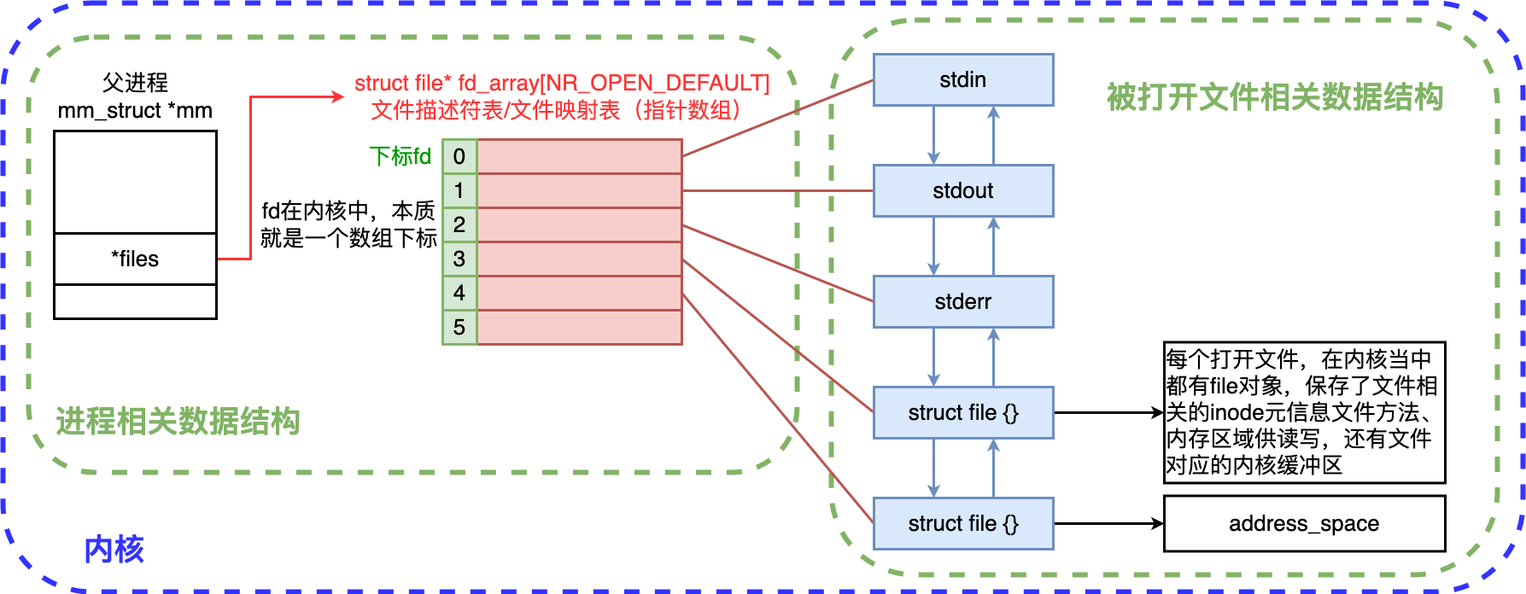
Earlier version of the draw.io export CS/操作系统/系统编程/fd本质.drawio.png (superwjfeng/MarkdownWriting). Source tidied: cells renumbered, new cells last; positions are measured from the earlier drawing's top-left corner, leaving out a move shared by most shapes.
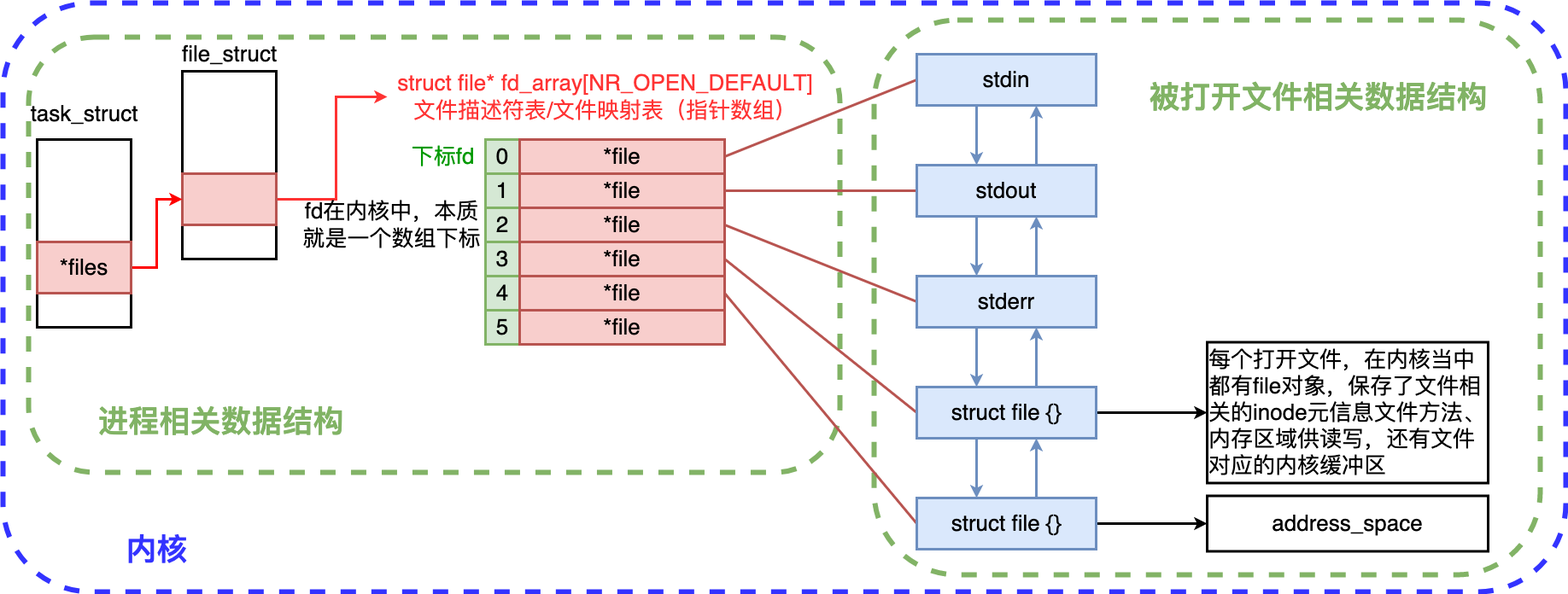
Above is the later version.

What changed in the source:
```diff
@@ -3,67 +3,55 @@
     <mxCell id="0" />
     <mxCell id="1" parent="0" />
     <mxCell id="2" style="rounded=1;whiteSpace=wrap;html=1;fillColor=default;strokeWidth=6;strokeColor=#3333FF;dashed=1;" parent="1" vertex="1">
-      <mxGeometry width="1780" height="690" as="geometry" />
+      <mxGeometry x="-50" width="1830" height="690" as="geometry" />
     </mxCell>
     <mxCell id="3" style="rounded=1;whiteSpace=wrap;html=1;fillColor=default;strokeWidth=6;strokeColor=#82b366;dashed=1;" parent="1" vertex="1">
       <mxGeometry x="970" y="20" width="780" height="650" as="geometry" />
     </mxCell>
     <mxCell id="4" style="rounded=1;whiteSpace=wrap;html=1;fillColor=default;strokeWidth=6;strokeColor=#82b366;dashed=1;" parent="1" vertex="1">
-      <mxGeometry x="30" y="40" width="900" height="510" as="geometry" />
+      <mxGeometry x="-20" y="40" width="950" height="510" as="geometry" />
     </mxCell>
     <mxCell id="5" style="rounded=0;whiteSpace=wrap;html=1;strokeWidth=3;" parent="1" vertex="1">
-      <mxGeometry x="60" y="150" width="190" height="220" as="geometry" />
+      <mxGeometry x="160" y="80" width="110" height="220" as="geometry" />
     </mxCell>
     <mxCell id="6" style="edgeStyle=orthogonalEdgeStyle;rounded=0;jettySize=auto;html=1;strokeWidth=3;strokeColor=#FF3333;" parent="1" edge="1" source="7" target="13">
       <mxGeometry relative="1" as="geometry">
         <Array as="points">
-          <mxPoint x="290" y="300" />
-          <mxPoint x="290" y="110" />
+          <mxPoint x="340" y="230" />
+          <mxPoint x="340" y="110" />
         </Array>
       </mxGeometry>
     </mxCell>
-    <mxCell id="7" value="&lt;font style=&quot;font-size: 26px;&quot;&gt;*files&lt;/font&gt;" style="rounded=0;whiteSpace=wrap;html=1;strokeWidth=3;" parent="1" vertex="1">
-      <mxGeometry x="60" y="270" width="190" height="60" as="geometry" />
+    <mxCell id="7" style="rounded=0;whiteSpace=wrap;html=1;strokeWidth=3;fillColor=#f8cecc;strokeColor=#b85450;" parent="1" vertex="1">
+      <mxGeometry x="160" y="200" width="110" height="60" as="geometry" />
     </mxCell>
-    <mxCell id="8" value="&lt;font style=&quot;font-size: 26px;&quot;&gt;父进程&lt;br&gt;mm_struct *mm&lt;/font&gt;" style="text;html=1;align=center;verticalAlign=middle;strokeColor=none;fillColor=none;" parent="1" vertex="1">
-      <mxGeometry x="50" y="70" width="210" height="80" as="geometry" />
+    <mxCell id="8" value="&lt;font style=&quot;font-size: 26px;&quot;&gt;file_struct&lt;br&gt;&lt;/font&gt;" style="text;html=1;align=center;verticalAlign=middle;strokeColor=none;fillColor=none;" parent="1" vertex="1">
+      <mxGeometry x="150" y="40" width="130" height="40" as="geometry" />
     </mxCell>
     <mxCell id="9" style="rounded=0;jettySize=auto;html=1;strokeWidth=3;fillColor=#f8cecc;strokeColor=#b85450;exitX=1;exitY=0.5;exitDx=0;exitDy=0;entryX=0;entryY=0.5;entryDx=0;entryDy=0;endArrow=none;endFill=0;" parent="1" edge="1" source="10" target="30">
       <mxGeometry relative="1" as="geometry" />
     </mxCell>
-    <mxCell id="10" style="rounded=0;whiteSpace=wrap;html=1;fillColor=#f8cecc;strokeColor=#b85450;strokeWidth=3;" parent="1" vertex="1">
-      <mxGeometry x="555" y="160" width="240" height="40" as="geometry" />
-    </mxCell>
-    <mxCell id="11" style="rounded=0;jettySize=auto;html=1;entryX=0;entryY=0.5;entryDx=0;entryDy=0;strokeWidth=3;fillColor=#f8cecc;strokeColor=#b85450;exitX=1;exitY=0.5;exitDx=0;exitDy=0;endArrow=none;endFill=0;" parent="1" edge="1" source="12" target="33">
-      <mxGeometry relative="1" as="geometry" />
+    <mxCell id="11" style="rounded=0;jettySize=auto;html=1;entryX=0;entryY=0.5;entryDx=0;entryDy=0;strokeWidth=3;fillColor=#f8cecc;strokeColor=#b85450;exitX=1;exitY=0.5;exitDx=0;exitDy=0;endArrow=none;endFill=0;" parent="1" edge="1" target="33">
+      <mxGeometry relative="1" as="geometry">
+        <mxPoint x="795" y="220" as="sourcePoint" />
+      </mxGeometry>
     </mxCell>
-    <mxCell id="12" style="rounded=0;whiteSpace=wrap;html=1;fillColor=#f8cecc;strokeColor=#b85450;strokeWidth=3;" parent="1" vertex="1">
-      <mxGeometry x="555" y="200" width="240" height="40" as="geometry" />
-    </mxCell>
     <mxCell id="13" value="&lt;font style=&quot;font-size: 26px;&quot;&gt;&lt;font color=&quot;#ff3333&quot;&gt;struct file* fd_array[NR_OPEN_DEFAULT]&lt;br&gt;文件描述符表/文件映射表（指针数组）&lt;/font&gt;&lt;br&gt;&lt;/font&gt;" style="text;html=1;align=center;verticalAlign=middle;points=[];strokeColor=none;fillColor=none;" parent="1" vertex="1">
       <mxGeometry x="400" y="70" width="510" height="80" as="geometry" />
     </mxCell>
-    <mxCell id="14" style="rounded=0;jettySize=auto;html=1;entryX=0;entryY=0.5;entryDx=0;entryDy=0;strokeWidth=3;fillColor=#f8cecc;strokeColor=#b85450;exitX=1;exitY=0.5;exitDx=0;exitDy=0;endArrow=none;endFill=0;" parent="1" edge="1" source="15" target="36">
-      <mxGeometry relative="1" as="geometry" />
+    <mxCell id="14" style="rounded=0;jettySize=auto;html=1;entryX=0;entryY=0.5;entryDx=0;entryDy=0;strokeWidth=3;fillColor=#f8cecc;strokeColor=#b85450;exitX=1;exitY=0.5;exitDx=0;exitDy=0;endArrow=none;endFill=0;" parent="1" edge="1" target="36">
+      <mxGeometry relative="1" as="geometry">
+        <mxPoint x="795" y="260" as="sourcePoint" />
+      </mxGeometry>
     </mxCell>
-    <mxCell id="15" style="rounded=0;whiteSpace=wrap;html=1;fillColor=#f8cecc;strokeColor=#b85450;strokeWidth=3;" parent="1" vertex="1">
-      <mxGeometry x="555" y="240" width="240" height="40" as="geometry" />
-    </mxCell>
-    <mxCell id="16" style="rounded=0;whiteSpace=wrap;html=1;fillColor=#f8cecc;strokeColor=#b85450;strokeWidth=3;" parent="1" vertex="1">
-      <mxGeometry x="555" y="280" width="240" height="40" as="geometry" />
-    </mxCell>
-    <mxCell id="17" style="rounded=0;jettySize=auto;html=1;fillColor=#f8cecc;strokeColor=#b85450;strokeWidth=3;exitX=1;exitY=0.5;exitDx=0;exitDy=0;entryX=0;entryY=0.5;entryDx=0;entryDy=0;endArrow=none;endFill=0;" parent="1" edge="1" source="16" target="41">
-      <mxGeometry relative="1" as="geometry" />
+    <mxCell id="17" style="rounded=0;jettySize=auto;html=1;fillColor=#f8cecc;strokeColor=#b85450;strokeWidth=3;exitX=1;exitY=0.5;exitDx=0;exitDy=0;entryX=0;entryY=0.5;entryDx=0;entryDy=0;endArrow=none;endFill=0;" parent="1" edge="1" target="41">
+      <mxGeometry relative="1" as="geometry">
+        <mxPoint x="795" y="300" as="sourcePoint" />
+      </mxGeometry>
     </mxCell>
     <mxCell id="18" style="rounded=0;jettySize=auto;html=1;entryX=0;entryY=0.5;entryDx=0;entryDy=0;fillColor=#f8cecc;strokeColor=#b85450;strokeWidth=3;exitX=1;exitY=0.5;exitDx=0;exitDy=0;endArrow=none;endFill=0;" parent="1" edge="1" source="19" target="45">
       <mxGeometry relative="1" as="geometry" />
     </mxCell>
-    <mxCell id="19" style="rounded=0;whiteSpace=wrap;html=1;fillColor=#f8cecc;strokeColor=#b85450;strokeWidth=3;" parent="1" vertex="1">
-      <mxGeometry x="555" y="320" width="240" height="40" as="geometry" />
-    </mxCell>
-    <mxCell id="20" style="rounded=0;whiteSpace=wrap;html=1;fillColor=#f8cecc;strokeColor=#b85450;strokeWidth=3;" parent="1" vertex="1">
-      <mxGeometry x="555" y="360" width="240" height="40" as="geometry" />
-    </mxCell>
     <mxCell id="21" value="&lt;font style=&quot;font-size: 26px;&quot;&gt;0&lt;/font&gt;" style="rounded=0;whiteSpace=wrap;html=1;strokeWidth=3;fillColor=#d5e8d4;strokeColor=#82b366;" parent="1" vertex="1">
       <mxGeometry x="515" y="160" width="40" height="40" as="geometry" />
     </mxCell>
@@ -181,5 +169,35 @@
     <mxCell id="48" value="&lt;span style=&quot;font-size: 36px;&quot;&gt;&lt;b&gt;&lt;font color=&quot;#3333ff&quot;&gt;内核&lt;/font&gt;&lt;/b&gt;&lt;/span&gt;" style="text;html=1;align=center;verticalAlign=middle;strokeColor=none;fillColor=none;" parent="1" vertex="1">
       <mxGeometry x="80" y="610" width="100" height="60" as="geometry" />
     </mxCell>
+    <mxCell id="49" style="rounded=0;whiteSpace=wrap;html=1;strokeWidth=3;" parent="1" vertex="1">
+      <mxGeometry x="-10" y="160" width="110" height="220" as="geometry" />
+    </mxCell>
+    <mxCell id="50" style="edgeStyle=orthogonalEdgeStyle;rounded=0;jettySize=auto;html=1;entryX=0;entryY=0.5;entryDx=0;entryDy=0;strokeColor=#FF0000;strokeWidth=3;" parent="1" edge="1" source="51" target="7">
+      <mxGeometry relative="1" as="geometry" />
+    </mxCell>
+    <mxCell id="51" value="&lt;font style=&quot;font-size: 26px;&quot;&gt;*files&lt;/font&gt;" style="rounded=0;whiteSpace=wrap;html=1;strokeWidth=3;fillColor=#f8cecc;strokeColor=#b85450;" parent="1" vertex="1">
+      <mxGeometry x="-10" y="280" width="110" height="60" as="geometry" />
+    </mxCell>
+    <mxCell id="52" value="&lt;font style=&quot;font-size: 26px;&quot;&gt;task_struct&lt;br&gt;&lt;/font&gt;" style="text;html=1;align=center;verticalAlign=middle;strokeColor=none;fillColor=none;" parent="1" vertex="1">
+      <mxGeometry x="-30" y="110" width="150" height="40" as="geometry" />
+    </mxCell>
+    <mxCell id="10" value="&lt;font style=&quot;font-size: 26px;&quot;&gt;*file&lt;/font&gt;" style="rounded=0;whiteSpace=wrap;html=1;fillColor=#f8cecc;strokeColor=#b85450;strokeWidth=3;" parent="1" vertex="1">
+      <mxGeometry x="555" y="160" width="240" height="40" as="geometry" />
+    </mxCell>
+    <mxCell id="19" value="&lt;font style=&quot;font-size: 26px;&quot;&gt;*file&lt;/font&gt;" style="rounded=0;whiteSpace=wrap;html=1;fillColor=#f8cecc;strokeColor=#b85450;strokeWidth=3;" parent="1" vertex="1">
+      <mxGeometry x="555" y="320" width="240" height="40" as="geometry" />
+    </mxCell>
+    <mxCell id="53" value="&lt;font style=&quot;font-size: 26px;&quot;&gt;*file&lt;/font&gt;" style="rounded=0;whiteSpace=wrap;html=1;fillColor=#f8cecc;strokeColor=#b85450;strokeWidth=3;" parent="1" vertex="1">
+      <mxGeometry x="555" y="200" width="240" height="40" as="geometry" />
+    </mxCell>
+    <mxCell id="54" value="&lt;font style=&quot;font-size: 26px;&quot;&gt;*file&lt;/font&gt;" style="rounded=0;whiteSpace=wrap;html=1;fillColor=#f8cecc;strokeColor=#b85450;strokeWidth=3;" parent="1" vertex="1">
+      <mxGeometry x="555" y="240" width="240" height="40" as="geometry" />
+    </mxCell>
+    <mxCell id="55" value="&lt;font style=&quot;font-size: 26px;&quot;&gt;*file&lt;/font&gt;" style="rounded=0;whiteSpace=wrap;html=1;fillColor=#f8cecc;strokeColor=#b85450;strokeWidth=3;" parent="1" vertex="1">
+      <mxGeometry x="555" y="280" width="240" height="40" as="geometry" />
+    </mxCell>
+    <mxCell id="56" value="&lt;font style=&quot;font-size: 26px;&quot;&gt;*file&lt;/font&gt;" style="rounded=0;whiteSpace=wrap;html=1;fillColor=#f8cecc;strokeColor=#b85450;strokeWidth=3;" parent="1" vertex="1">
+      <mxGeometry x="555" y="360" width="240" height="40" as="geometry" />
+    </mxCell>
   </root>
 </mxGraphModel>
```
